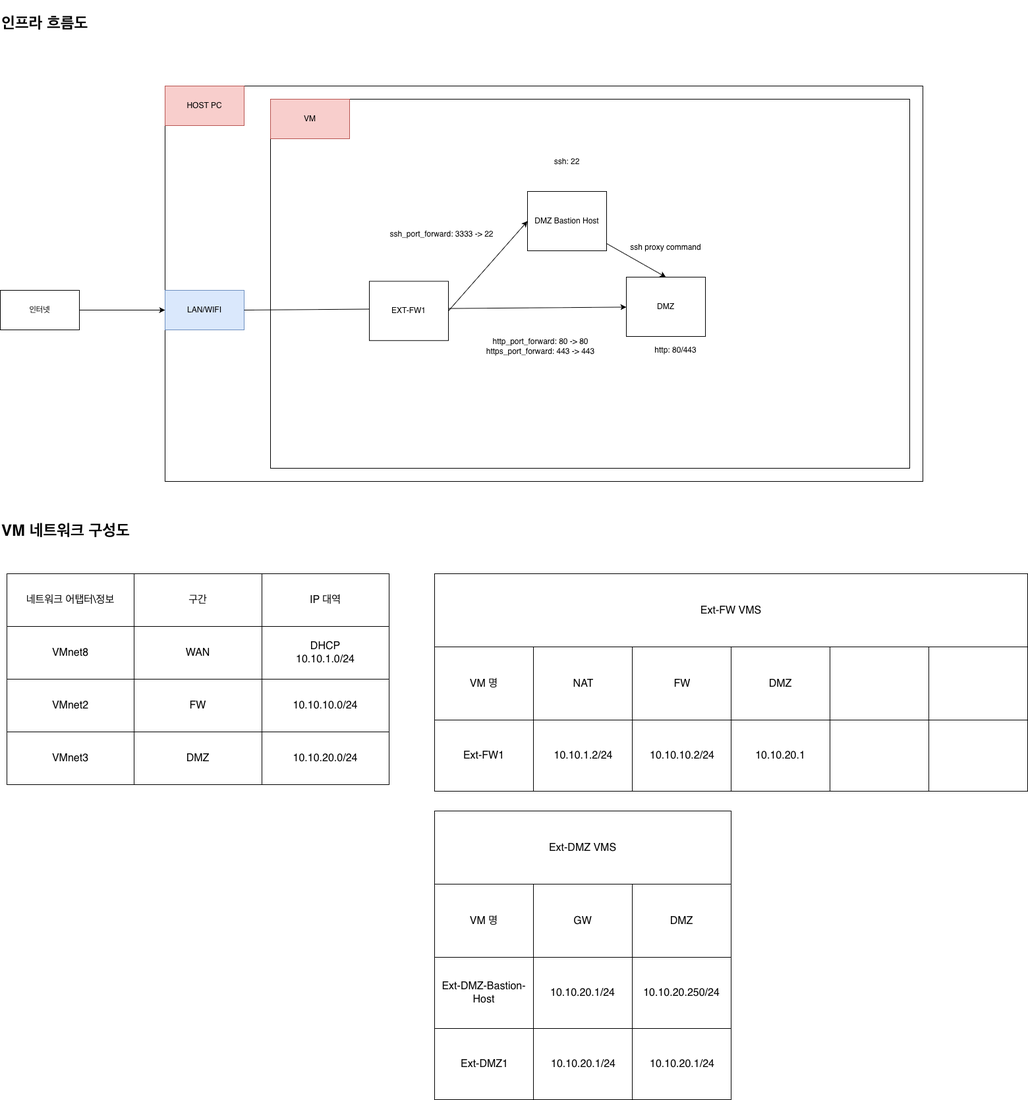
Above: fw-dmz-fw-sz-study/images/Onpromise-Infrastructure.png in sangholim/Onpromise-Infrastructure-Study (draw.io), before the change. Source tidied: cells renumbered, new cells last; positions are measured from the earlier drawing's top-left corner, leaving out a move shared by most shapes.
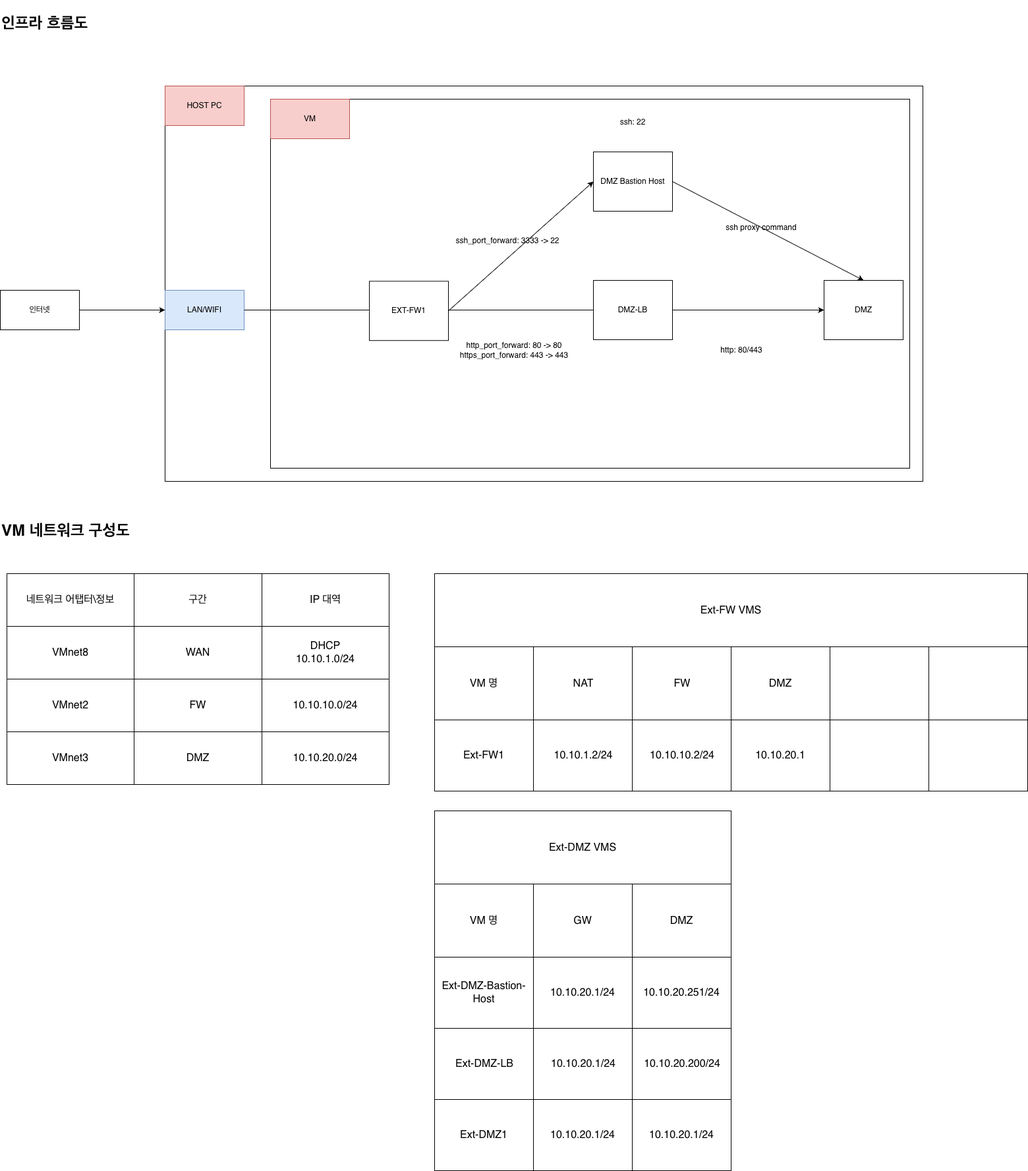
The same file after the commit.

Commit message:
infra-3: 인프라 구성도 이미지 수정

Change to the diagram source:
```diff
@@ -21,7 +21,7 @@
       <mxGeometry x="410" y="150" width="120" height="60" as="geometry" />
     </mxCell>
     <mxCell id="8" value="DMZ" style="rounded=0;whiteSpace=wrap;html=1;" parent="1" vertex="1">
-      <mxGeometry x="950" y="420" width="120" height="90" as="geometry" />
+      <mxGeometry x="1250" y="425" width="120" height="90" as="geometry" />
     </mxCell>
     <mxCell id="9" style="endArrow=classic;html=1;rounded=0;exitX=1;exitY=0.5;exitDx=0;exitDy=0;" parent="1" edge="1" source="2">
       <mxGeometry relative="1" as="geometry">
@@ -143,7 +143,7 @@
       <mxGeometry x="560" y="426.2" width="120" height="90" as="geometry" />
     </mxCell>
     <mxCell id="48" style="shape=table;startSize=0;fontSize=16;" parent="1" vertex="1">
-      <mxGeometry x="659" y="1230" width="450" height="438" as="geometry" />
+      <mxGeometry x="659" y="1230" width="450" height="546" as="geometry" />
     </mxCell>
     <mxCell id="49" style="shape=tableRow;horizontal=0;startSize=0;swimlaneHead=0;swimlaneBody=0;strokeColor=inherit;top=0;left=0;bottom=0;right=0;fillColor=none;fontSize=16;" parent="48" vertex="1">
       <mxGeometry width="450" height="111" as="geometry" />
@@ -172,7 +172,7 @@
     <mxCell id="57" value="10.10.20.1/24" style="shape=partialRectangle;html=1;whiteSpace=wrap;strokeColor=inherit;overflow=hidden;fillColor=none;top=0;left=0;bottom=0;right=0;fontSize=16;" parent="55" vertex="1">
       <mxGeometry x="150" width="150" height="108" as="geometry" />
     </mxCell>
-    <mxCell id="58" value="10.10.20.250/24" style="shape=partialRectangle;html=1;whiteSpace=wrap;strokeColor=inherit;overflow=hidden;fillColor=none;top=0;left=0;bottom=0;right=0;fontSize=16;" parent="55" vertex="1">
+    <mxCell id="58" value="10.10.20.251/24" style="shape=partialRectangle;html=1;whiteSpace=wrap;strokeColor=inherit;overflow=hidden;fillColor=none;top=0;left=0;bottom=0;right=0;fontSize=16;" parent="55" vertex="1">
       <mxGeometry x="300" width="150" height="108" as="geometry" />
     </mxCell>
     <mxCell id="59" style="shape=tableRow;horizontal=0;startSize=0;swimlaneHead=0;swimlaneBody=0;strokeColor=inherit;top=0;left=0;bottom=0;right=0;fillColor=none;fontSize=16;" parent="48" vertex="1">
@@ -187,6 +187,18 @@
     <mxCell id="62" style="shape=partialRectangle;html=1;whiteSpace=wrap;strokeColor=inherit;overflow=hidden;fillColor=none;top=0;left=0;bottom=0;right=0;fontSize=16;" parent="59" vertex="1">
       <mxGeometry x="300" width="150" height="108" as="geometry" />
     </mxCell>
+    <mxCell id="78" style="shape=tableRow;horizontal=0;startSize=0;swimlaneHead=0;swimlaneBody=0;strokeColor=inherit;top=0;left=0;bottom=0;right=0;fillColor=none;fontSize=16;" parent="48" vertex="1">
+      <mxGeometry y="438" width="450" height="108" as="geometry" />
+    </mxCell>
+    <mxCell id="79" style="shape=partialRectangle;html=1;whiteSpace=wrap;strokeColor=inherit;overflow=hidden;fillColor=none;top=0;left=0;bottom=0;right=0;fontSize=16;" parent="78" vertex="1">
+      <mxGeometry width="150" height="108" as="geometry" />
+    </mxCell>
+    <mxCell id="80" style="shape=partialRectangle;html=1;whiteSpace=wrap;strokeColor=inherit;overflow=hidden;fillColor=none;top=0;left=0;bottom=0;right=0;fontSize=16;" parent="78" vertex="1">
+      <mxGeometry x="150" width="150" height="108" as="geometry" />
+    </mxCell>
+    <mxCell id="81" style="shape=partialRectangle;html=1;whiteSpace=wrap;strokeColor=inherit;overflow=hidden;fillColor=none;top=0;left=0;bottom=0;right=0;fontSize=16;" parent="78" vertex="1">
+      <mxGeometry x="300" width="150" height="108" as="geometry" />
+    </mxCell>
     <mxCell id="63" value="NAT" style="shape=partialRectangle;html=1;whiteSpace=wrap;strokeColor=inherit;overflow=hidden;fillColor=none;top=0;left=0;bottom=0;right=0;fontSize=16;" parent="1" vertex="1">
       <mxGeometry x="810" y="981" width="150" height="111" as="geometry" />
     </mxCell>
@@ -199,38 +211,50 @@
     <mxCell id="66" value="10.10.10.2/24" style="shape=partialRectangle;html=1;whiteSpace=wrap;strokeColor=inherit;overflow=hidden;fillColor=none;top=0;left=0;bottom=0;right=0;fontSize=16;" parent="1" vertex="1">
       <mxGeometry x="960" y="1092" width="150" height="108" as="geometry" />
     </mxCell>
-    <mxCell id="67" value="Ext-DMZ1" style="shape=partialRectangle;html=1;whiteSpace=wrap;strokeColor=inherit;overflow=hidden;fillColor=none;top=0;left=0;bottom=0;right=0;fontSize=16;" parent="1" vertex="1">
+    <mxCell id="67" value="Ext-DMZ-LB" style="shape=partialRectangle;html=1;whiteSpace=wrap;strokeColor=inherit;overflow=hidden;fillColor=none;top=0;left=0;bottom=0;right=0;fontSize=16;" parent="1" vertex="1">
       <mxGeometry x="660" y="1560" width="150" height="108" as="geometry" />
     </mxCell>
     <mxCell id="68" value="10.10.20.1/24" style="shape=partialRectangle;html=1;whiteSpace=wrap;strokeColor=inherit;overflow=hidden;fillColor=none;top=0;left=0;bottom=0;right=0;fontSize=16;" parent="1" vertex="1">
       <mxGeometry x="810" y="1560" width="150" height="108" as="geometry" />
     </mxCell>
-    <mxCell id="69" value="10.10.20.1/24" style="shape=partialRectangle;html=1;whiteSpace=wrap;strokeColor=inherit;overflow=hidden;fillColor=none;top=0;left=0;bottom=0;right=0;fontSize=16;" parent="1" vertex="1">
+    <mxCell id="69" value="10.10.20.200/24" style="shape=partialRectangle;html=1;whiteSpace=wrap;strokeColor=inherit;overflow=hidden;fillColor=none;top=0;left=0;bottom=0;right=0;fontSize=16;" parent="1" vertex="1">
       <mxGeometry x="960" y="1560" width="150" height="108" as="geometry" />
     </mxCell>
     <mxCell id="70" value="DMZ Bastion Host" style="rounded=0;whiteSpace=wrap;html=1;" parent="1" vertex="1">
-      <mxGeometry x="800" y="290" width="120" height="90" as="geometry" />
+      <mxGeometry x="900" y="230" width="120" height="90" as="geometry" />
     </mxCell>
     <mxCell id="71" style="endArrow=classic;html=1;rounded=0;exitX=1;exitY=0.5;exitDx=0;exitDy=0;entryX=0;entryY=0.5;entryDx=0;entryDy=0;" parent="1" edge="1" source="47" target="70">
       <mxGeometry relative="1" as="geometry" />
     </mxCell>
     <mxCell id="72" value="ssh_port_forward: 3333 -&amp;gt; 22" style="text;html=1;whiteSpace=wrap;strokeColor=none;fillColor=none;align=center;verticalAlign=middle;rounded=0;" parent="1" vertex="1">
-      <mxGeometry x="580" y="310" width="180" height="90" as="geometry" />
+      <mxGeometry x="680" y="320" width="180" height="90" as="geometry" />
     </mxCell>
     <mxCell id="73" value="http: 80/443" style="text;html=1;whiteSpace=wrap;strokeColor=none;fillColor=none;align=center;verticalAlign=middle;rounded=0;" parent="1" vertex="1">
-      <mxGeometry x="980" y="516.2" width="90" height="30" as="geometry" />
+      <mxGeometry x="1080" y="516.2" width="90" height="30" as="geometry" />
     </mxCell>
-    <mxCell id="74" style="endArrow=classic;html=1;rounded=0;entryX=0.5;entryY=0;entryDx=0;entryDy=0;" parent="1" edge="1" source="70" target="8">
+    <mxCell id="74" style="endArrow=classic;html=1;rounded=0;entryX=0.5;entryY=0;entryDx=0;entryDy=0;exitX=1;exitY=0.5;exitDx=0;exitDy=0;" parent="1" edge="1" source="70" target="8">
       <mxGeometry relative="1" as="geometry" />
     </mxCell>
     <mxCell id="75" value="ssh proxy command" style="text;html=1;whiteSpace=wrap;strokeColor=none;fillColor=none;align=center;verticalAlign=middle;rounded=0;" parent="1" vertex="1">
-      <mxGeometry x="945" y="360" width="130" height="30" as="geometry" />
+      <mxGeometry x="1090" y="330" width="130" height="30" as="geometry" />
     </mxCell>
     <mxCell id="76" value="&lt;div&gt;&lt;span style=&quot;background-color: transparent; color: light-dark(rgb(0, 0, 0), rgb(255, 255, 255));&quot;&gt;ssh: 22&lt;/span&gt;&lt;/div&gt;" style="text;html=1;whiteSpace=wrap;strokeColor=none;fillColor=none;align=center;verticalAlign=middle;rounded=0;" parent="1" vertex="1">
-      <mxGeometry x="800" y="200" width="120" height="90" as="geometry" />
+      <mxGeometry x="900" y="140" width="120" height="90" as="geometry" />
     </mxCell>
     <mxCell id="77" value="http_port_forward: 80 -&amp;gt; 80&lt;br&gt;https_port_forward: 443 -&amp;gt; 443" style="text;html=1;whiteSpace=wrap;strokeColor=none;fillColor=none;align=center;verticalAlign=middle;rounded=0;" parent="1" vertex="1">
-      <mxGeometry x="730" y="480" width="180" height="90" as="geometry" />
+      <mxGeometry x="690" y="486.2" width="180" height="90" as="geometry" />
     </mxCell>
+    <mxCell id="82" value="Ext-DMZ1" style="shape=partialRectangle;html=1;whiteSpace=wrap;strokeColor=inherit;overflow=hidden;fillColor=none;top=0;left=0;bottom=0;right=0;fontSize=16;" parent="1" vertex="1">
+      <mxGeometry x="659" y="1668" width="150" height="108" as="geometry" />
+    </mxCell>
+    <mxCell id="83" value="10.10.20.1/24" style="shape=partialRectangle;html=1;whiteSpace=wrap;strokeColor=inherit;overflow=hidden;fillColor=none;top=0;left=0;bottom=0;right=0;fontSize=16;" parent="1" vertex="1">
+      <mxGeometry x="809" y="1668" width="150" height="108" as="geometry" />
+    </mxCell>
+    <mxCell id="84" value="10.10.20.1/24" style="shape=partialRectangle;html=1;whiteSpace=wrap;strokeColor=inherit;overflow=hidden;fillColor=none;top=0;left=0;bottom=0;right=0;fontSize=16;" parent="1" vertex="1">
+      <mxGeometry x="959" y="1668" width="150" height="108" as="geometry" />
+    </mxCell>
+    <mxCell id="85" value="DMZ-LB" style="rounded=0;whiteSpace=wrap;html=1;" parent="1" vertex="1">
+      <mxGeometry x="900" y="425" width="120" height="90" as="geometry" />
+    </mxCell>
   </root>
 </mxGraphModel>
```
